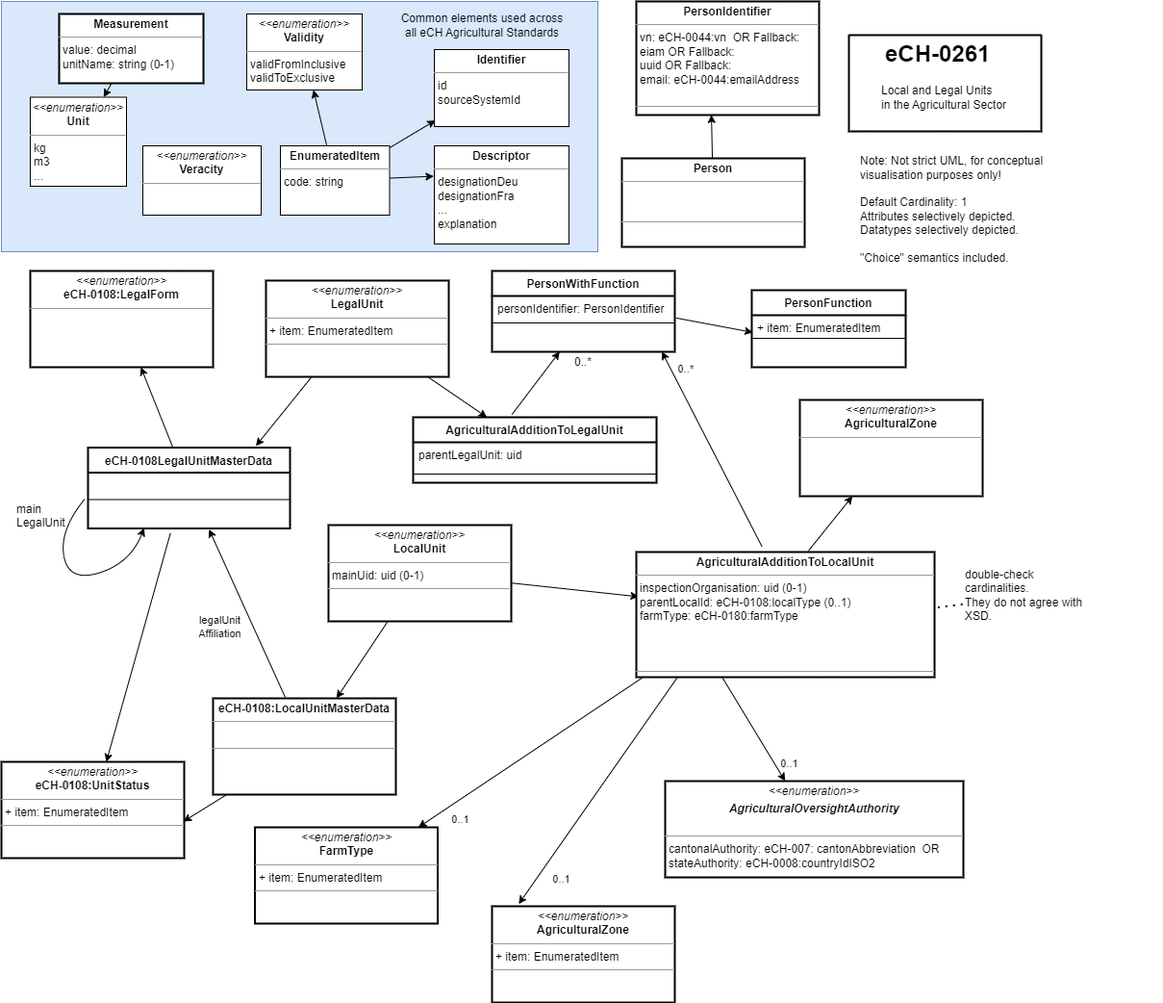
This is out/eCH-0261__1_0__overview.drawio.png from blw-ofag-ufag/eCH-0261, a draw.io export, as it was before one commit. Source tidied: cells renumbered, new cells last; positions are measured from the earlier drawing's top-left corner, leaving out a move shared by most shapes.
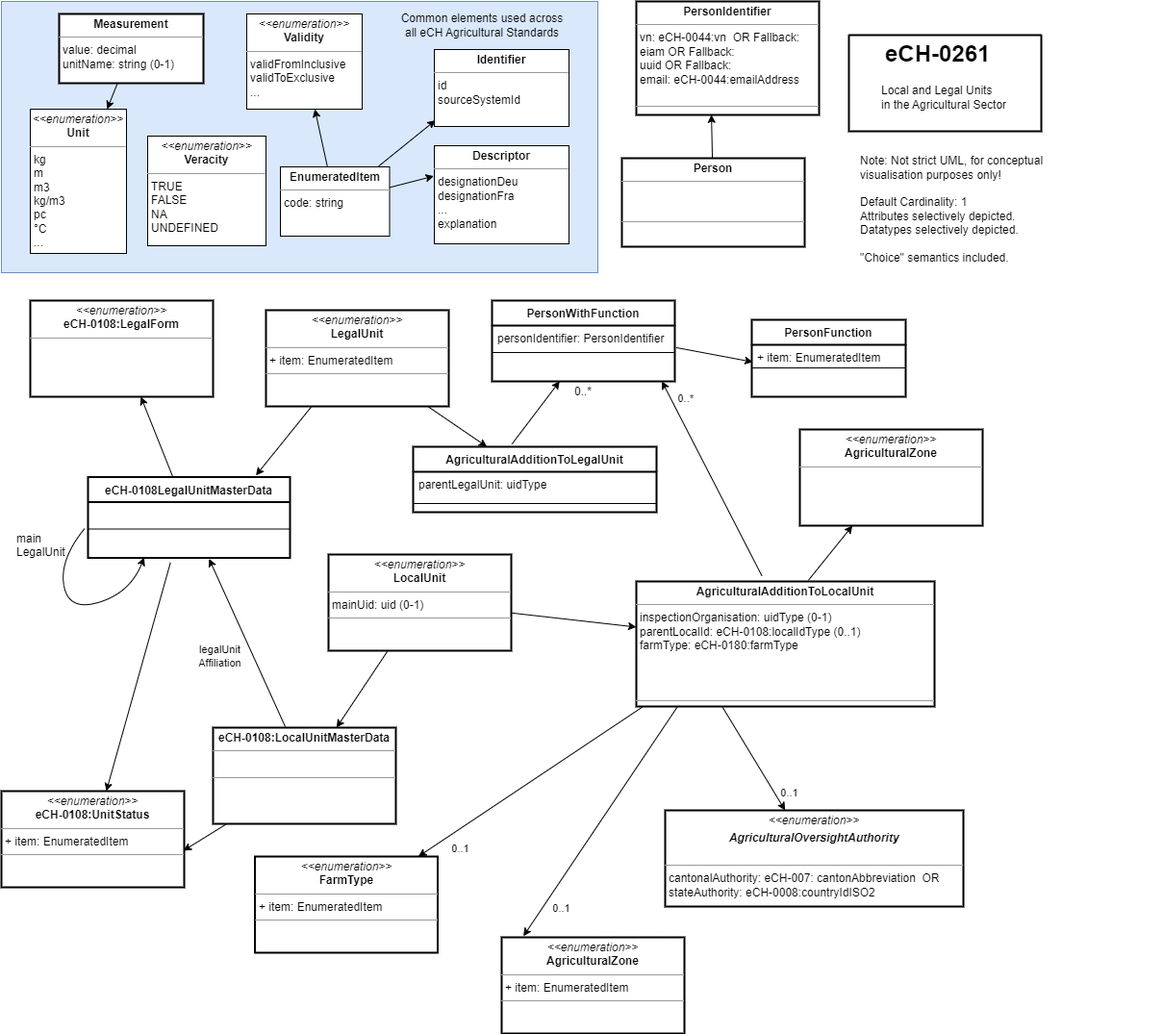
After the change.

The edit, as a diff of the source:
```diff
@@ -5,15 +5,15 @@
     <mxCell id="2" style="rounded=0;whiteSpace=wrap;html=1;fillColor=#dae8fc;strokeColor=#6c8ebf;fontFamily=Helvetica;" parent="1" vertex="1">
-      <mxGeometry width="620" height="260" as="geometry" />
+      <mxGeometry y="-31" width="620" height="282" as="geometry" />
     </mxCell>
-    <mxCell id="3" value="&lt;p style=&quot;margin:0px;margin-top:4px;text-align:center;&quot;&gt;&lt;i&gt;&amp;lt;&amp;lt;enumeration&amp;gt;&amp;gt;&lt;/i&gt;&lt;br&gt;&lt;b&gt;Unit&lt;/b&gt;&lt;/p&gt;&lt;hr size=&quot;1&quot;&gt;&lt;p style=&quot;margin:0px;margin-left:4px;&quot;&gt;kg&lt;/p&gt;&lt;p style=&quot;margin:0px;margin-left:4px;&quot;&gt;m3&lt;/p&gt;&lt;p style=&quot;margin:0px;margin-left:4px;&quot;&gt;...&lt;/p&gt;" style="verticalAlign=top;align=left;overflow=fill;fontSize=12;fontFamily=Helvetica;html=1;sketch=0;" parent="1" vertex="1">
-      <mxGeometry x="30" y="99.5" width="100" height="92.5" as="geometry" />
+    <mxCell id="3" value="&lt;p style=&quot;margin:0px;margin-top:4px;text-align:center;&quot;&gt;&lt;i&gt;&amp;lt;&amp;lt;enumeration&amp;gt;&amp;gt;&lt;/i&gt;&lt;br&gt;&lt;b&gt;Unit&lt;/b&gt;&lt;/p&gt;&lt;hr size=&quot;1&quot;&gt;&lt;p style=&quot;margin:0px;margin-left:4px;&quot;&gt;kg&lt;/p&gt;&lt;p style=&quot;margin:0px;margin-left:4px;&quot;&gt;m&lt;/p&gt;&lt;p style=&quot;margin:0px;margin-left:4px;&quot;&gt;m3&lt;/p&gt;&lt;p style=&quot;margin:0px;margin-left:4px;&quot;&gt;kg/m3&lt;/p&gt;&lt;p style=&quot;margin:0px;margin-left:4px;&quot;&gt;pc&lt;/p&gt;&lt;p style=&quot;margin:0px;margin-left:4px;&quot;&gt;°C&lt;/p&gt;&lt;p style=&quot;margin:0px;margin-left:4px;&quot;&gt;...&lt;/p&gt;" style="verticalAlign=top;align=left;overflow=fill;fontSize=12;fontFamily=Helvetica;html=1;sketch=0;" parent="1" vertex="1">
+      <mxGeometry x="30" y="81" width="100" height="150" as="geometry" />
     </mxCell>
     <mxCell id="4" value="Common elements used across all eCH Agricultural Standards" style="text;html=1;strokeColor=none;fillColor=none;align=center;verticalAlign=middle;whiteSpace=wrap;rounded=0;strokeWidth=2;fontFamily=Helvetica;" parent="1" vertex="1">
-      <mxGeometry x="410" y="10" width="180" height="30" as="geometry" />
+      <mxGeometry x="410" y="-21" width="180" height="30" as="geometry" />
     </mxCell>
     <mxCell id="5" value="&lt;p style=&quot;margin:0px;margin-top:4px;text-align:center;&quot;&gt;&lt;b&gt;Identifier&lt;/b&gt;&lt;/p&gt;&lt;hr size=&quot;1&quot;&gt;&lt;p style=&quot;margin:0px;margin-left:4px;&quot;&gt;id&lt;/p&gt;&lt;p style=&quot;margin:0px;margin-left:4px;&quot;&gt;sourceSystemId&lt;/p&gt;" style="verticalAlign=top;align=left;overflow=fill;fontSize=12;fontFamily=Helvetica;html=1;sketch=0;" parent="1" vertex="1">
-      <mxGeometry x="450" y="50" width="140" height="80" as="geometry" />
+      <mxGeometry x="450" y="19" width="140" height="80" as="geometry" />
     </mxCell>
     <mxCell id="6" value="&lt;p style=&quot;margin:0px;margin-top:4px;text-align:center;&quot;&gt;&lt;b&gt;Descriptor&lt;/b&gt;&lt;/p&gt;&lt;hr size=&quot;1&quot;&gt;&lt;p style=&quot;margin:0px;margin-left:4px;&quot;&gt;designationDeu&lt;/p&gt;&lt;p style=&quot;margin:0px;margin-left:4px;&quot;&gt;designationFra&lt;/p&gt;&lt;p style=&quot;margin:0px;margin-left:4px;&quot;&gt;...&lt;/p&gt;&lt;p style=&quot;margin:0px;margin-left:4px;&quot;&gt;explanation&lt;/p&gt;" style="verticalAlign=top;align=left;overflow=fill;fontSize=12;fontFamily=Helvetica;html=1;sketch=0;" parent="1" vertex="1">
-      <mxGeometry x="450" y="150" width="140" height="102" as="geometry" />
+      <mxGeometry x="450" y="119" width="140" height="102" as="geometry" />
     </mxCell>
@@ -43,3 +43,3 @@
     </mxCell>
-    <mxCell id="13" value="parentLegalUnit: uid" style="text;strokeColor=none;fillColor=none;align=left;verticalAlign=top;spacingLeft=4;spacingRight=4;overflow=hidden;sketch=0;fontFamily=Helvetica;" parent="12" vertex="1">
+    <mxCell id="13" value="parentLegalUnit: uidType" style="text;strokeColor=none;fillColor=none;align=left;verticalAlign=top;spacingLeft=4;spacingRight=4;overflow=hidden;sketch=0;fontFamily=Helvetica;" parent="12" vertex="1">
       <mxGeometry y="26" width="253" height="24" as="geometry" />
@@ -53,3 +53,3 @@
     <mxCell id="16" value="&lt;p style=&quot;margin:0px;margin-top:4px;text-align:center;&quot;&gt;&lt;b&gt;EnumeratedItem&lt;/b&gt;&lt;/p&gt;&lt;hr size=&quot;1&quot;&gt;&lt;p style=&quot;margin:0px;margin-left:4px;&quot;&gt;code: string&lt;/p&gt;" style="verticalAlign=top;align=left;overflow=fill;fontSize=12;fontFamily=Helvetica;html=1;sketch=0;" parent="1" vertex="1">
-      <mxGeometry x="290" y="150" width="113.5" height="72" as="geometry" />
+      <mxGeometry x="290" y="141" width="113.5" height="72" as="geometry" />
     </mxCell>
@@ -83,3 +83,3 @@
     <mxCell id="26" value="&lt;p style=&quot;margin:0px;margin-top:4px;text-align:center;&quot;&gt;&lt;i&gt;&amp;lt;&amp;lt;enumeration&amp;gt;&amp;gt;&lt;/i&gt;&lt;br&gt;&lt;b&gt;AgriculturalZone&lt;/b&gt;&lt;/p&gt;&lt;hr size=&quot;1&quot;&gt;&lt;p style=&quot;margin:0px;margin-left:4px;&quot;&gt;+ item: EnumeratedItem&lt;br&gt;&lt;/p&gt;&lt;hr size=&quot;1&quot;&gt;&lt;p style=&quot;margin:0px;margin-left:4px;&quot;&gt;&lt;br&gt;&lt;/p&gt;" style="verticalAlign=top;align=left;overflow=fill;fontSize=12;fontFamily=Helvetica;html=1;sketch=0;strokeWidth=2;" parent="1" vertex="1">
-      <mxGeometry x="510" y="940" width="190" height="100" as="geometry" />
+      <mxGeometry x="520" y="942" width="190" height="100" as="geometry" />
     </mxCell>
@@ -116,3 +116,3 @@
     </mxCell>
-    <mxCell id="36" style="endArrow=classic;html=1;sketch=0;fontFamily=Helvetica;curved=1;exitX=0.143;exitY=0.984;exitDx=0;exitDy=0;entryX=0.146;entryY=-0.023;entryDx=0;entryDy=0;exitPerimeter=0;entryPerimeter=0;" parent="1" edge="1" source="54" target="26">
+    <mxCell id="36" style="endArrow=classic;html=1;sketch=0;fontFamily=Helvetica;curved=1;exitX=0.143;exitY=0.984;exitDx=0;exitDy=0;exitPerimeter=0;entryX=0.119;entryY=-0.012;entryDx=0;entryDy=0;entryPerimeter=0;" parent="1" edge="1" source="54" target="26">
       <mxGeometry relative="1" as="geometry" />
@@ -151,3 +151,3 @@
     <mxCell id="46" style="swimlane;startSize=0;sketch=0;fontFamily=Helvetica;strokeWidth=2;" parent="1" vertex="1">
-      <mxGeometry x="881" y="35" width="200" height="100" as="geometry" />
+      <mxGeometry x="881" y="4" width="200" height="100" as="geometry" />
     </mxCell>
@@ -162,3 +162,3 @@
     </mxCell>
-    <mxCell id="50" style="rounded=0;jettySize=auto;html=1;entryX=0.008;entryY=0.357;entryDx=0;entryDy=0;entryPerimeter=0;" parent="1" edge="1" source="52" target="54">
+    <mxCell id="50" style="rounded=0;jettySize=auto;html=1;" parent="1" edge="1" source="52" target="54">
       <mxGeometry relative="1" as="geometry" />
@@ -174,3 +174,3 @@
     </mxCell>
-    <mxCell id="54" value="&lt;p style=&quot;margin:0px;margin-top:4px;text-align:center;&quot;&gt;&lt;b&gt;AgriculturalAdditionToLocalUnit&lt;/b&gt;&lt;/p&gt;&lt;hr size=&quot;1&quot;&gt;&lt;p style=&quot;margin:0px;margin-left:4px;&quot;&gt;inspectionOrganisation: uid (0-1)&lt;/p&gt;&lt;p style=&quot;margin:0px;margin-left:4px;&quot;&gt;parentLocalId: eCH-0108:localType (0..1)&lt;/p&gt;&lt;p style=&quot;margin:0px;margin-left:4px;&quot;&gt;farmType: eCH-0180:farmType&lt;/p&gt;&lt;p style=&quot;margin:0px;margin-left:4px;&quot;&gt;&lt;br&gt;&lt;/p&gt;&lt;p style=&quot;margin:0px;margin-left:4px;&quot;&gt;&lt;br&gt;&lt;/p&gt;&lt;p style=&quot;margin:0px;margin-left:4px;&quot;&gt;&lt;br&gt;&lt;/p&gt;&lt;hr size=&quot;1&quot;&gt;&lt;p style=&quot;margin:0px;margin-left:4px;&quot;&gt;&lt;br&gt;&lt;/p&gt;" style="verticalAlign=top;align=left;overflow=fill;fontSize=12;fontFamily=Helvetica;html=1;sketch=0;strokeWidth=2;" parent="1" vertex="1">
+    <mxCell id="54" value="&lt;p style=&quot;margin:0px;margin-top:4px;text-align:center;&quot;&gt;&lt;b&gt;AgriculturalAdditionToLocalUnit&lt;/b&gt;&lt;/p&gt;&lt;hr size=&quot;1&quot;&gt;&lt;p style=&quot;margin:0px;margin-left:4px;&quot;&gt;inspectionOrganisation: uidType (0-1)&lt;/p&gt;&lt;p style=&quot;margin:0px;margin-left:4px;&quot;&gt;parentLocalId: eCH-0108:localIdType (0..1)&lt;/p&gt;&lt;p style=&quot;margin:0px;margin-left:4px;&quot;&gt;farmType: eCH-0180:farmType&lt;/p&gt;&lt;p style=&quot;margin:0px;margin-left:4px;&quot;&gt;&lt;br&gt;&lt;/p&gt;&lt;p style=&quot;margin:0px;margin-left:4px;&quot;&gt;&lt;br&gt;&lt;/p&gt;&lt;p style=&quot;margin:0px;margin-left:4px;&quot;&gt;&lt;br&gt;&lt;/p&gt;&lt;hr size=&quot;1&quot;&gt;&lt;p style=&quot;margin:0px;margin-left:4px;&quot;&gt;&lt;br&gt;&lt;/p&gt;" style="verticalAlign=top;align=left;overflow=fill;fontSize=12;fontFamily=Helvetica;html=1;sketch=0;strokeWidth=2;" parent="1" vertex="1">
       <mxGeometry x="660" y="572" width="310" height="130" as="geometry" />
@@ -183,8 +183,2 @@
     </mxCell>
-    <mxCell id="57" style="endArrow=none;dashed=1;html=1;dashPattern=1 3;strokeWidth=2;rounded=0;exitX=1.011;exitY=0.442;exitDx=0;exitDy=0;exitPerimeter=0;" parent="1" edge="1" source="54" target="58">
-      <mxGeometry relative="1" as="geometry" />
-    </mxCell>
-    <mxCell id="58" value="double-check cardinalities.&amp;nbsp;&amp;nbsp;&lt;br&gt;They do not agree with XSD." style="text;html=1;strokeColor=none;fillColor=none;align=left;verticalAlign=middle;whiteSpace=wrap;rounded=0;" parent="1" vertex="1">
-      <mxGeometry x="1000" y="602" width="145" height="30" as="geometry" />
-    </mxCell>
     <mxCell id="59" value="&lt;p style=&quot;margin:0px;margin-top:4px;text-align:center;&quot;&gt;&lt;i&gt;&amp;lt;&amp;lt;enumeration&amp;gt;&amp;gt;&lt;/i&gt;&lt;br&gt;&lt;b&gt;AgriculturalZone&lt;/b&gt;&lt;/p&gt;&lt;hr size=&quot;1&quot;&gt;&lt;p style=&quot;margin:0px;margin-left:4px;&quot;&gt;&lt;/p&gt;&lt;p style=&quot;margin:0px;margin-left:4px;&quot;&gt;&lt;br&gt;&lt;/p&gt;" style="verticalAlign=top;align=left;overflow=fill;fontSize=12;fontFamily=Helvetica;html=1;sketch=0;strokeWidth=2;" parent="1" vertex="1">
@@ -195,22 +189,22 @@
     </mxCell>
-    <mxCell id="61" value="&lt;p style=&quot;margin:0px;margin-top:4px;text-align:center;&quot;&gt;&lt;i&gt;&amp;lt;&amp;lt;enumeration&amp;gt;&amp;gt;&lt;/i&gt;&lt;br&gt;&lt;b&gt;Validity&lt;/b&gt;&lt;/p&gt;&lt;hr size=&quot;1&quot;&gt;&lt;p style=&quot;margin:0px;margin-left:4px;&quot;&gt;validFromInclusive&lt;/p&gt;&lt;p style=&quot;margin:0px;margin-left:4px;&quot;&gt;validToExclusive&lt;/p&gt;" style="verticalAlign=top;align=left;overflow=fill;fontSize=12;fontFamily=Helvetica;html=1;sketch=0;" parent="1" vertex="1">
-      <mxGeometry x="255" y="13" width="120" height="79" as="geometry" />
+    <mxCell id="61" value="&lt;p style=&quot;margin:0px;margin-top:4px;text-align:center;&quot;&gt;&lt;i&gt;&amp;lt;&amp;lt;enumeration&amp;gt;&amp;gt;&lt;/i&gt;&lt;br&gt;&lt;b&gt;Validity&lt;/b&gt;&lt;/p&gt;&lt;hr size=&quot;1&quot;&gt;&lt;p style=&quot;margin:0px;margin-left:4px;&quot;&gt;validFromInclusive&lt;/p&gt;&lt;p style=&quot;margin:0px;margin-left:4px;&quot;&gt;validToExclusive&lt;/p&gt;&lt;p style=&quot;margin:0px;margin-left:4px;&quot;&gt;...&lt;/p&gt;" style="verticalAlign=top;align=left;overflow=fill;fontSize=12;fontFamily=Helvetica;html=1;sketch=0;" parent="1" vertex="1">
+      <mxGeometry x="255" y="-18" width="120" height="99" as="geometry" />
     </mxCell>
-    <mxCell id="62" value="&lt;p style=&quot;margin:0px;margin-top:4px;text-align:center;&quot;&gt;&lt;i&gt;&amp;lt;&amp;lt;enumeration&amp;gt;&amp;gt;&lt;/i&gt;&lt;br&gt;&lt;b&gt;Veracity&lt;/b&gt;&lt;/p&gt;&lt;hr size=&quot;1&quot;&gt;&lt;p style=&quot;margin:0px;margin-left:4px;&quot;&gt;&lt;br&gt;&lt;/p&gt;" style="verticalAlign=top;align=left;overflow=fill;fontSize=12;fontFamily=Helvetica;html=1;sketch=0;" parent="1" vertex="1">
-      <mxGeometry x="147" y="150" width="123" height="72" as="geometry" />
+    <mxCell id="62" value="&lt;p style=&quot;margin:0px;margin-top:4px;text-align:center;&quot;&gt;&lt;i&gt;&amp;lt;&amp;lt;enumeration&amp;gt;&amp;gt;&lt;/i&gt;&lt;br&gt;&lt;b&gt;Veracity&lt;/b&gt;&lt;/p&gt;&lt;hr size=&quot;1&quot;&gt;&lt;p style=&quot;margin:0px;margin-left:4px;&quot;&gt;TRUE&lt;/p&gt;&lt;p style=&quot;margin:0px;margin-left:4px;&quot;&gt;FALSE&lt;/p&gt;&lt;p style=&quot;margin:0px;margin-left:4px;&quot;&gt;NA&lt;/p&gt;&lt;p style=&quot;margin:0px;margin-left:4px;&quot;&gt;UNDEFINED&lt;/p&gt;" style="verticalAlign=top;align=left;overflow=fill;fontSize=12;fontFamily=Helvetica;html=1;sketch=0;" parent="1" vertex="1">
+      <mxGeometry x="152" y="109" width="123" height="114" as="geometry" />
     </mxCell>
     <mxCell id="63" value="&lt;br&gt;Note: Not strict UML, for conceptual&lt;br&gt;visualisation purposes only!&lt;br&gt;&lt;br&gt;Default Cardinality: 1&lt;br&gt;Attributes selectively depicted.&lt;br&gt;Datatypes selectively depicted.&lt;br&gt;&lt;br&gt;&quot;Choice&quot; semantics included." style="text;html=1;strokeColor=none;fillColor=none;align=left;verticalAlign=middle;whiteSpace=wrap;rounded=0;strokeWidth=2;fontFamily=Helvetica;" parent="1" vertex="1">
-      <mxGeometry x="891" y="153" width="230" height="112" as="geometry" />
+      <mxGeometry x="891" y="122" width="230" height="112" as="geometry" />
     </mxCell>
     <mxCell id="64" value="Local and Legal Units&lt;br&gt;in the Agricultural Sector" style="text;html=1;strokeColor=none;fillColor=none;align=left;verticalAlign=middle;whiteSpace=wrap;rounded=0;strokeWidth=2;fontFamily=Helvetica;" parent="1" vertex="1">
-      <mxGeometry x="913" y="85" width="226.4" height="30" as="geometry" />
+      <mxGeometry x="913" y="54" width="226.4" height="30" as="geometry" />
     </mxCell>
     <mxCell id="65" value="&lt;h1&gt;&lt;span style=&quot;background-color: initial;&quot;&gt;eCH-0261&lt;/span&gt;&lt;/h1&gt;&lt;h1&gt;&lt;br&gt;&lt;/h1&gt;" style="text;html=1;strokeColor=none;fillColor=none;spacing=5;spacingTop=-20;whiteSpace=wrap;overflow=hidden;rounded=0;strokeWidth=2;fontFamily=Helvetica;" parent="1" vertex="1">
-      <mxGeometry x="913.7" y="35" width="185.7" height="80" as="geometry" />
+      <mxGeometry x="913.7" y="4" width="185.7" height="80" as="geometry" />
     </mxCell>
     <mxCell id="66" value="&lt;p style=&quot;margin:0px;margin-top:4px;text-align:center;&quot;&gt;&lt;b&gt;Person&lt;/b&gt;&lt;/p&gt;&lt;hr size=&quot;1&quot;&gt;&lt;p style=&quot;margin:0px;margin-left:4px;&quot;&gt;&lt;br&gt;&lt;/p&gt;&lt;p style=&quot;margin:0px;margin-left:4px;&quot;&gt;&lt;br&gt;&lt;/p&gt;&lt;hr size=&quot;1&quot;&gt;&lt;p style=&quot;margin:0px;margin-left:4px;&quot;&gt;&lt;br&gt;&lt;/p&gt;" style="verticalAlign=top;align=left;overflow=fill;fontSize=12;fontFamily=Helvetica;html=1;sketch=0;strokeWidth=2;" parent="1" vertex="1">
-      <mxGeometry x="645" y="163" width="190" height="92" as="geometry" />
+      <mxGeometry x="645" y="132" width="190" height="92" as="geometry" />
     </mxCell>
     <mxCell id="67" value="&lt;p style=&quot;margin:0px;margin-top:4px;text-align:center;&quot;&gt;&lt;b&gt;PersonIdentifier&lt;/b&gt;&lt;/p&gt;&lt;hr size=&quot;1&quot;&gt;&lt;p style=&quot;margin:0px;margin-left:4px;&quot;&gt;vn: eCH-0044:vn&amp;nbsp; OR Fallback:&lt;/p&gt;&lt;p style=&quot;margin:0px;margin-left:4px;&quot;&gt;eiam OR Fallback:&lt;/p&gt;&lt;p style=&quot;margin:0px;margin-left:4px;&quot;&gt;uuid OR Fallback:&lt;/p&gt;&lt;p style=&quot;margin:0px;margin-left:4px;&quot;&gt;email: eCH-0044:emailAddress&lt;/p&gt;&lt;p style=&quot;margin:0px;margin-left:4px;&quot;&gt;&lt;br&gt;&lt;/p&gt;&lt;hr size=&quot;1&quot;&gt;&lt;p style=&quot;margin:0px;margin-left:4px;&quot;&gt;&lt;br&gt;&lt;/p&gt;" style="verticalAlign=top;align=left;overflow=fill;fontSize=12;fontFamily=Helvetica;html=1;sketch=0;strokeWidth=2;" parent="1" vertex="1">
-      <mxGeometry x="660" width="190" height="118" as="geometry" />
+      <mxGeometry x="660" y="-31" width="190" height="118" as="geometry" />
     </mxCell>
@@ -220,3 +214,3 @@
     <mxCell id="69" value="&lt;p style=&quot;margin:0px;margin-top:4px;text-align:center;&quot;&gt;&lt;b style=&quot;background-color: initial;&quot;&gt;Measurement&lt;/b&gt;&lt;br&gt;&lt;/p&gt;&lt;hr size=&quot;1&quot;&gt;&lt;p style=&quot;margin:0px;margin-left:4px;&quot;&gt;&lt;/p&gt;&lt;p style=&quot;margin:0px;margin-left:4px;&quot;&gt;value: decimal&lt;/p&gt;&lt;p style=&quot;margin:0px;margin-left:4px;&quot;&gt;unitName: string (0-1)&lt;/p&gt;" style="verticalAlign=top;align=left;overflow=fill;fontSize=12;fontFamily=Helvetica;html=1;sketch=0;strokeWidth=2;" parent="1" vertex="1">
-      <mxGeometry x="60" y="13" width="150" height="72" as="geometry" />
+      <mxGeometry x="60" y="-18" width="150" height="72" as="geometry" />
     </mxCell>
```
